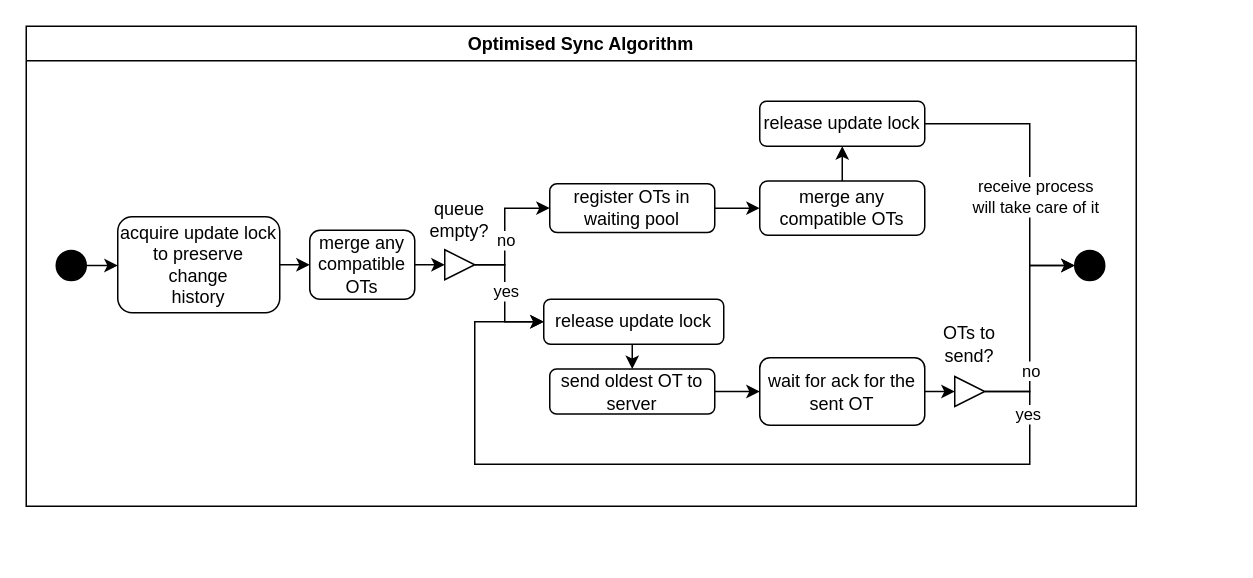
This is images/Optimised-Sync-Algorithm.drawio from SYP-AHIF-2023-24-25/SolarDoc, a draw.io file, before an edit. Source tidied: cells renumbered, new cells numbered last; positions are measured from the earlier drawing's top-left corner, leaving out a move shared by most shapes. Both pictures are drawn from the tidied source at 150%, with x=0, y=0 at pixel (26, 26).
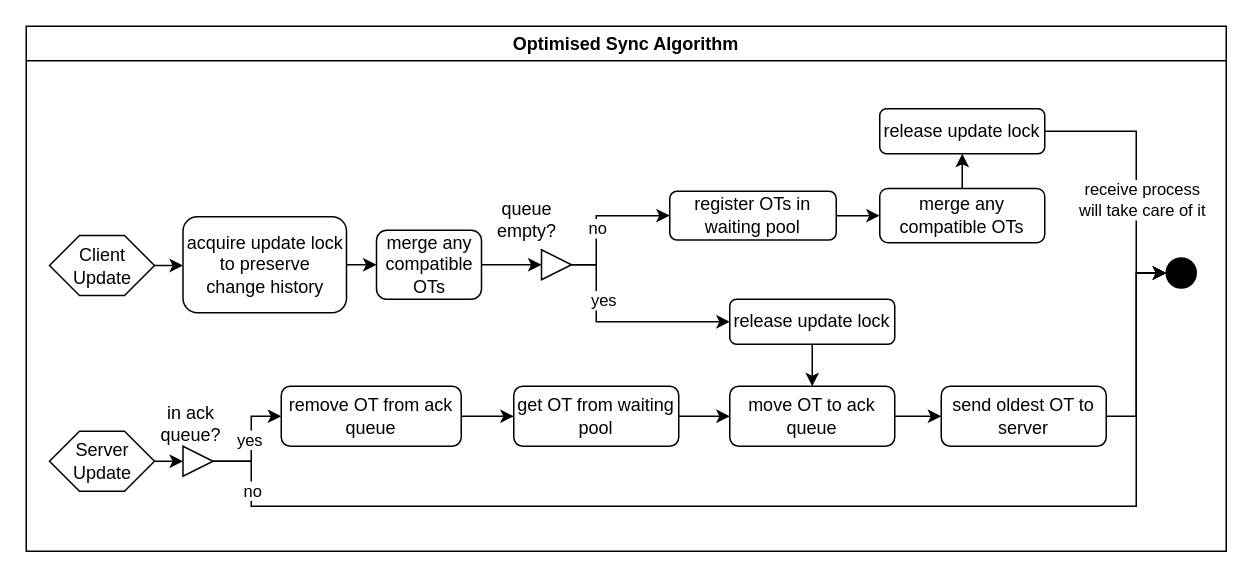
Above is the later version.

Change to the diagram source:
```diff
@@
     <mxCell id="2" value="Optimised Sync Algorithm" style="swimlane;whiteSpace=wrap;html=1;" parent="1" vertex="1">
-      <mxGeometry width="740" height="320" as="geometry" />
+      <mxGeometry width="800" height="350" as="geometry" />
     </mxCell>
-    <mxCell id="3" style="edgeStyle=orthogonalEdgeStyle;rounded=0;jettySize=auto;html=1;exitX=1;exitY=0.5;exitDx=0;exitDy=0;entryX=0;entryY=0.5;entryDx=0;entryDy=0;" parent="2" edge="1" source="4" target="29">
-      <mxGeometry relative="1" as="geometry" />
+    <mxCell id="3" style="edgeStyle=orthogonalEdgeStyle;rounded=0;jettySize=auto;html=1;exitX=1;exitY=0.5;exitDx=0;exitDy=0;entryX=0;entryY=0.5;entryDx=0;entryDy=0;" parent="2" edge="1" target="29">
+      <mxGeometry relative="1" as="geometry">
+        <mxPoint x="84.5" y="159.5" as="sourcePoint" />
+      </mxGeometry>
     </mxCell>
-    <mxCell id="4" style="ellipse;whiteSpace=wrap;html=1;fillColor=#000000;" parent="2" vertex="1">
-      <mxGeometry x="20" y="149.5" width="20" height="20" as="geometry" />
-    </mxCell>
@@
     <mxCell id="6" value="&lt;div&gt;merge any compatible OTs&lt;/div&gt;" style="rounded=1;whiteSpace=wrap;html=1;" parent="2" vertex="1">
-      <mxGeometry x="189" y="136" width="70" height="46" as="geometry" />
+      <mxGeometry x="233.5" y="136" width="70" height="46" as="geometry" />
     </mxCell>
     <mxCell id="7" style="edgeStyle=orthogonalEdgeStyle;rounded=0;jettySize=auto;html=1;exitX=1;exitY=0.5;exitDx=0;exitDy=0;entryX=0;entryY=0.5;entryDx=0;entryDy=0;" parent="2" edge="1" source="11" target="14">
       <mxGeometry relative="1" as="geometry">
         <Array as="points">
-          <mxPoint x="319" y="159" />
-          <mxPoint x="319" y="121" />
+          <mxPoint x="380" y="159" />
+          <mxPoint x="380" y="126" />
         </Array>
       </mxGeometry>
     </mxCell>
@@
     <mxCell id="9" style="edgeStyle=orthogonalEdgeStyle;rounded=0;jettySize=auto;html=1;exitX=1;exitY=0.5;exitDx=0;exitDy=0;entryX=0;entryY=0.5;entryDx=0;entryDy=0;" parent="2" edge="1" source="11" target="34">
       <mxGeometry relative="1" as="geometry">
         <Array as="points">
-          <mxPoint x="319" y="159" />
-          <mxPoint x="319" y="197" />
+          <mxPoint x="380" y="159" />
+          <mxPoint x="380" y="197" />
         </Array>
       </mxGeometry>
     </mxCell>
     <mxCell id="10" value="yes" style="edgeLabel;html=1;align=center;verticalAlign=middle;" parent="9" vertex="1">
       <mxGeometry x="-0.11" y="-3" relative="1" as="geometry">
-        <mxPoint x="3" as="offset" />
+        <mxPoint x="-5" y="-18" as="offset" />
       </mxGeometry>
     </mxCell>
     <mxCell id="11" style="triangle;whiteSpace=wrap;html=1;" parent="2" vertex="1">
-      <mxGeometry x="279" y="149" width="20" height="20" as="geometry" />
+      <mxGeometry x="343.5" y="149" width="20" height="20" as="geometry" />
     </mxCell>
     <mxCell id="12" value="queue empty?" style="text;html=1;align=center;verticalAlign=middle;whiteSpace=wrap;rounded=0;" parent="2" vertex="1">
-      <mxGeometry x="259" y="114" width="60" height="30" as="geometry" />
+      <mxGeometry x="303.5" y="114" width="60" height="30" as="geometry" />
     </mxCell>
@@
     <mxCell id="14" value="&lt;div&gt;register OTs in&lt;/div&gt;&lt;div&gt;waiting pool&lt;/div&gt;" style="rounded=1;whiteSpace=wrap;html=1;" parent="2" vertex="1">
-      <mxGeometry x="349" y="105" width="110" height="32.5" as="geometry" />
+      <mxGeometry x="429" y="110" width="111" height="32.5" as="geometry" />
     </mxCell>
-    <mxCell id="15" style="edgeStyle=orthogonalEdgeStyle;rounded=0;jettySize=auto;html=1;exitX=1;exitY=0.5;exitDx=0;exitDy=0;entryX=0;entryY=0.5;entryDx=0;entryDy=0;" parent="2" edge="1" source="16" target="20">
-      <mxGeometry relative="1" as="geometry" />
-    </mxCell>
-    <mxCell id="16" value="&lt;div&gt;send oldest OT to&lt;/div&gt;&lt;div&gt;server&lt;/div&gt;" style="rounded=1;whiteSpace=wrap;html=1;" parent="2" vertex="1">
-      <mxGeometry x="349" y="228.5" width="110" height="30" as="geometry" />
-    </mxCell>
@@
     <mxCell id="18" value="&lt;div&gt;merge any compatible OTs&lt;/div&gt;" style="rounded=1;whiteSpace=wrap;html=1;" parent="2" vertex="1">
-      <mxGeometry x="489" y="103.1" width="110" height="36.2" as="geometry" />
+      <mxGeometry x="569" y="108.1" width="110" height="36.2" as="geometry" />
     </mxCell>
-    <mxCell id="19" style="edgeStyle=orthogonalEdgeStyle;rounded=0;jettySize=auto;html=1;exitX=1;exitY=0.5;exitDx=0;exitDy=0;entryX=0;entryY=0.5;entryDx=0;entryDy=0;" parent="2" edge="1" source="20" target="26">
-      <mxGeometry relative="1" as="geometry" />
-    </mxCell>
-    <mxCell id="20" value="&lt;div&gt;wait for ack for the sent OT&lt;/div&gt;" style="rounded=1;whiteSpace=wrap;html=1;" parent="2" vertex="1">
-      <mxGeometry x="489" y="221" width="110" height="45" as="geometry" />
-    </mxCell>
     <mxCell id="21" style="ellipse;whiteSpace=wrap;html=1;fillColor=#000000;" parent="2" vertex="1">
-      <mxGeometry x="699" y="149.5" width="20" height="20" as="geometry" />
+      <mxGeometry x="760" y="154.5" width="20" height="20" as="geometry" />
     </mxCell>
-    <mxCell id="22" style="edgeStyle=orthogonalEdgeStyle;rounded=0;jettySize=auto;html=1;exitX=1;exitY=0.5;exitDx=0;exitDy=0;entryX=0;entryY=0.5;entryDx=0;entryDy=0;" parent="2" edge="1" source="26" target="21">
-      <mxGeometry relative="1" as="geometry">
-        <Array as="points">
-          <mxPoint x="669" y="244" />
-          <mxPoint x="669" y="160" />
-        </Array>
-      </mxGeometry>
-    </mxCell>
-    <mxCell id="23" value="no" style="edgeLabel;html=1;align=center;verticalAlign=middle;" parent="22" vertex="1">
-      <mxGeometry x="-0.44" y="1" relative="1" as="geometry">
-        <mxPoint x="1" y="-4" as="offset" />
-      </mxGeometry>
-    </mxCell>
-    <mxCell id="24" style="edgeStyle=orthogonalEdgeStyle;rounded=0;jettySize=auto;html=1;exitX=1;exitY=0.5;exitDx=0;exitDy=0;entryX=0;entryY=0.5;entryDx=0;entryDy=0;" parent="2" edge="1" source="26" target="34">
-      <mxGeometry relative="1" as="geometry">
-        <Array as="points">
-          <mxPoint x="669" y="244" />
-          <mxPoint x="669" y="292" />
-          <mxPoint x="299" y="292" />
-          <mxPoint x="299" y="197" />
-        </Array>
-      </mxGeometry>
-    </mxCell>
-    <mxCell id="25" value="yes" style="edgeLabel;html=1;align=center;verticalAlign=middle;" parent="24" vertex="1">
-      <mxGeometry x="-0.73" y="-1" relative="1" as="geometry">
-        <mxPoint y="-33" as="offset" />
-      </mxGeometry>
-    </mxCell>
-    <mxCell id="26" style="triangle;whiteSpace=wrap;html=1;" parent="2" vertex="1">
-      <mxGeometry x="619" y="233.5" width="20" height="20" as="geometry" />
-    </mxCell>
-    <mxCell id="27" value="OTs to send?" style="text;html=1;align=center;verticalAlign=middle;whiteSpace=wrap;rounded=0;" parent="2" vertex="1">
-      <mxGeometry x="599" y="190" width="60" height="43.5" as="geometry" />
-    </mxCell>
@@
-    <mxCell id="29" value="&lt;div&gt;acquire update lock&lt;/div&gt;&lt;div&gt;to preserve&lt;/div&gt;&lt;div&gt;change&lt;/div&gt;&lt;div&gt;history&lt;/div&gt;" style="rounded=1;whiteSpace=wrap;html=1;" parent="2" vertex="1">
-      <mxGeometry x="61" y="127" width="108" height="64" as="geometry" />
+    <mxCell id="29" value="&lt;div&gt;acquire update lock&lt;/div&gt;&lt;div&gt;to preserve&lt;/div&gt;&lt;div&gt;change history&lt;/div&gt;" style="rounded=1;whiteSpace=wrap;html=1;" parent="2" vertex="1">
+      <mxGeometry x="104.5" y="127" width="109" height="64" as="geometry" />
     </mxCell>
     <mxCell id="30" style="edgeStyle=orthogonalEdgeStyle;rounded=0;jettySize=auto;html=1;exitX=1;exitY=0.5;exitDx=0;exitDy=0;entryX=0;entryY=0.5;entryDx=0;entryDy=0;" parent="2" edge="1" source="32" target="21">
       <mxGeometry relative="1" as="geometry">
         <Array as="points">
-          <mxPoint x="669" y="65" />
-          <mxPoint x="669" y="160" />
+          <mxPoint x="740" y="70" />
+          <mxPoint x="740" y="165" />
         </Array>
       </mxGeometry>
     </mxCell>
@@
     <mxCell id="32" value="release update lock" style="rounded=1;whiteSpace=wrap;html=1;" parent="2" vertex="1">
-      <mxGeometry x="489" y="50" width="110" height="30" as="geometry" />
+      <mxGeometry x="569" y="55" width="110" height="30" as="geometry" />
     </mxCell>
-    <mxCell id="33" style="edgeStyle=orthogonalEdgeStyle;rounded=0;jettySize=auto;html=1;exitX=0.5;exitY=1;exitDx=0;exitDy=0;entryX=0.5;entryY=0;entryDx=0;entryDy=0;" parent="2" edge="1" source="34" target="16">
-      <mxGeometry relative="1" as="geometry" />
-    </mxCell>
+    <mxCell id="35" value="Client Update" style="shape=hexagon;perimeter=hexagonPerimeter2;whiteSpace=wrap;html=1;fixedSize=1;" parent="2" vertex="1">
+      <mxGeometry x="15.5" y="139.5" width="70" height="40" as="geometry" />
+    </mxCell>
+    <mxCell id="36" style="edgeStyle=orthogonalEdgeStyle;rounded=0;jettySize=auto;html=1;exitX=1;exitY=0.5;exitDx=0;exitDy=0;entryX=0;entryY=0.5;entryDx=0;entryDy=0;" parent="2" edge="1" source="37" target="40">
+      <mxGeometry relative="1" as="geometry" />
+    </mxCell>
+    <mxCell id="37" value="Server Update" style="shape=hexagon;perimeter=hexagonPerimeter2;whiteSpace=wrap;html=1;fixedSize=1;" parent="2" vertex="1">
+      <mxGeometry x="15.5" y="270" width="70" height="40" as="geometry" />
+    </mxCell>
+    <mxCell id="38" style="edgeStyle=orthogonalEdgeStyle;rounded=0;jettySize=auto;html=1;exitX=1;exitY=0.5;exitDx=0;exitDy=0;entryX=0;entryY=0.5;entryDx=0;entryDy=0;" parent="2" edge="1" source="40" target="43">
+      <mxGeometry relative="1" as="geometry">
+        <Array as="points">
+          <mxPoint x="150" y="290" />
+          <mxPoint x="150" y="260" />
+        </Array>
+      </mxGeometry>
+    </mxCell>
+    <mxCell id="25" value="yes" style="edgeLabel;html=1;align=center;verticalAlign=middle;" parent="38" vertex="1">
+      <mxGeometry x="-0.36" y="2" relative="1" as="geometry">
+        <mxPoint y="-13" as="offset" />
+      </mxGeometry>
+    </mxCell>
+    <mxCell id="39" style="edgeStyle=orthogonalEdgeStyle;rounded=0;jettySize=auto;html=1;entryX=0;entryY=0.5;entryDx=0;entryDy=0;exitX=1;exitY=0.5;exitDx=0;exitDy=0;" parent="2" edge="1" source="40" target="21">
+      <mxGeometry relative="1" as="geometry">
+        <Array as="points">
+          <mxPoint x="150" y="290" />
+          <mxPoint x="150" y="320" />
+          <mxPoint x="740" y="320" />
+          <mxPoint x="740" y="165" />
+          <mxPoint x="760" y="165" />
+        </Array>
+      </mxGeometry>
+    </mxCell>
+    <mxCell id="23" value="no" style="edgeLabel;html=1;align=center;verticalAlign=middle;" parent="39" vertex="1">
+      <mxGeometry x="-0.89" relative="1" as="geometry" />
+    </mxCell>
+    <mxCell id="40" style="triangle;whiteSpace=wrap;html=1;" parent="2" vertex="1">
+      <mxGeometry x="104.5" y="280" width="20" height="20" as="geometry" />
+    </mxCell>
+    <mxCell id="41" value="in ack queue?" style="text;html=1;align=center;verticalAlign=middle;whiteSpace=wrap;rounded=0;" parent="2" vertex="1">
+      <mxGeometry x="80" y="250" width="60" height="30" as="geometry" />
+    </mxCell>
+    <mxCell id="42" style="edgeStyle=orthogonalEdgeStyle;rounded=0;jettySize=auto;html=1;exitX=1;exitY=0.5;exitDx=0;exitDy=0;entryX=0;entryY=0.5;entryDx=0;entryDy=0;" parent="2" edge="1" source="43" target="46">
+      <mxGeometry relative="1" as="geometry" />
+    </mxCell>
+    <mxCell id="43" value="&lt;div&gt;remove OT from ack queue&lt;/div&gt;" style="rounded=1;whiteSpace=wrap;html=1;" parent="2" vertex="1">
+      <mxGeometry x="170" y="240" width="120" height="40" as="geometry" />
+    </mxCell>
+    <mxCell id="44" style="edgeStyle=orthogonalEdgeStyle;rounded=0;jettySize=auto;html=1;exitX=1;exitY=0.5;exitDx=0;exitDy=0;entryX=0;entryY=0.5;entryDx=0;entryDy=0;" parent="2" edge="1" source="16" target="21">
+      <mxGeometry relative="1" as="geometry">
+        <Array as="points">
+          <mxPoint x="740" y="260" />
+          <mxPoint x="740" y="165" />
+        </Array>
+      </mxGeometry>
+    </mxCell>
+    <mxCell id="16" value="&lt;div&gt;send oldest OT to&lt;/div&gt;&lt;div&gt;server&lt;/div&gt;" style="rounded=1;whiteSpace=wrap;html=1;" parent="2" vertex="1">
+      <mxGeometry x="610" y="240" width="110" height="40" as="geometry" />
+    </mxCell>
+    <mxCell id="45" style="edgeStyle=orthogonalEdgeStyle;rounded=0;jettySize=auto;html=1;exitX=1;exitY=0.5;exitDx=0;exitDy=0;entryX=0;entryY=0.5;entryDx=0;entryDy=0;" parent="2" edge="1" source="46" target="48">
+      <mxGeometry relative="1" as="geometry" />
+    </mxCell>
+    <mxCell id="46" value="get OT from waiting pool" style="rounded=1;whiteSpace=wrap;html=1;" parent="2" vertex="1">
+      <mxGeometry x="325" y="240" width="110" height="40" as="geometry" />
+    </mxCell>
+    <mxCell id="47" style="edgeStyle=orthogonalEdgeStyle;rounded=0;jettySize=auto;html=1;exitX=1;exitY=0.5;exitDx=0;exitDy=0;entryX=0;entryY=0.5;entryDx=0;entryDy=0;" parent="2" edge="1" source="48" target="16">
+      <mxGeometry relative="1" as="geometry" />
+    </mxCell>
+    <mxCell id="48" value="move OT to ack queue" style="rounded=1;whiteSpace=wrap;html=1;" parent="2" vertex="1">
+      <mxGeometry x="469" y="240" width="110" height="40" as="geometry" />
+    </mxCell>
+    <mxCell id="49" style="edgeStyle=orthogonalEdgeStyle;rounded=0;jettySize=auto;html=1;exitX=0.5;exitY=1;exitDx=0;exitDy=0;entryX=0.5;entryY=0;entryDx=0;entryDy=0;" parent="2" edge="1" source="34" target="48">
+      <mxGeometry relative="1" as="geometry" />
+    </mxCell>
     <mxCell id="34" value="&lt;div&gt;release update lock &lt;br&gt;&lt;/div&gt;" style="rounded=1;whiteSpace=wrap;html=1;" parent="2" vertex="1">
-      <mxGeometry x="345" y="182" width="120" height="30" as="geometry" />
+      <mxGeometry x="469" y="182" width="110" height="30" as="geometry" />
     </mxCell>
```
